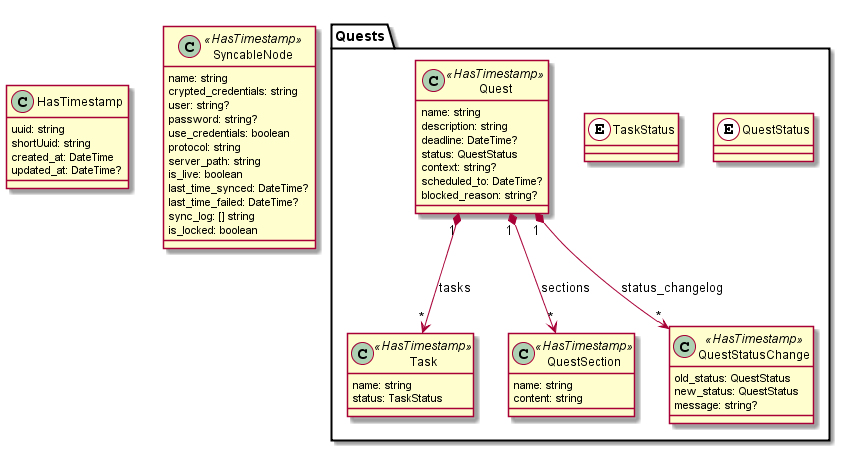
Earlier version of the PlantUML export spec/doc/model.png (mizhal/journal-material-ionic).
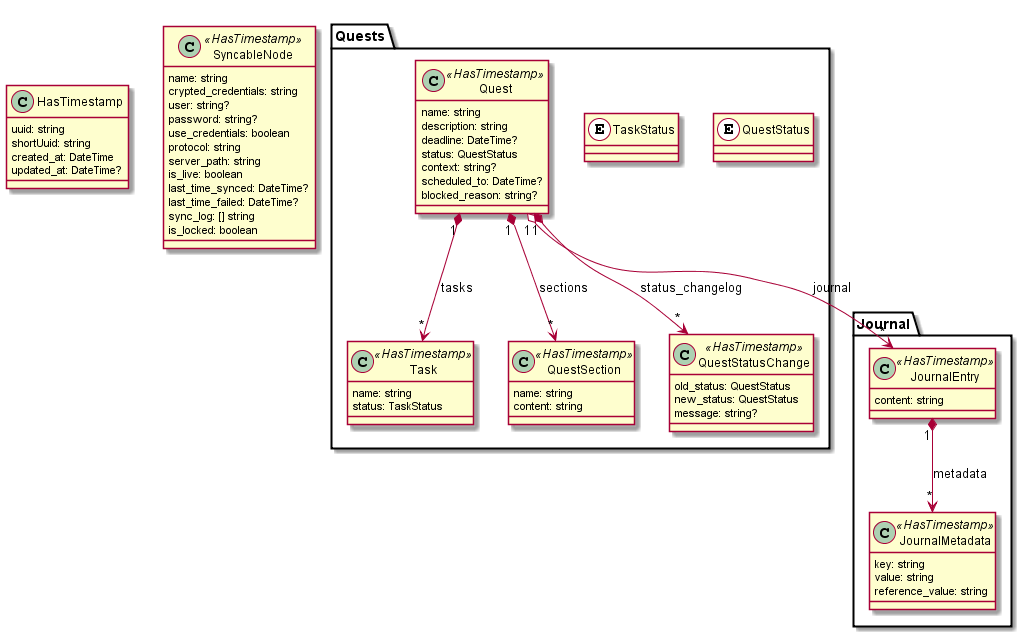
After the change.

Commit message:
doc: journal module

The edit, as a diff of the source:
```diff
@@ -56,5 +56,21 @@
 		Quest "1" *--> "*" Task: tasks
 		Quest "1" *--> "*" QuestStatusChange: status_changelog
 		Quest "1" *--> "*" QuestSection: sections
+
+		Quest "1" o--> "*" Journal.JournalEntry: journal
+	}
+
+	package Journal {
+		class JournalEntry <<HasTimestamp>> {
+			content: string
+		}
+
+		class JournalMetadata <<HasTimestamp>> {
+			key: string
+			value: string
+			reference_value: string
+		}
+
+		JournalEntry "1" *--> "*" JournalMetadata: metadata
 	}
 @enduml
```
